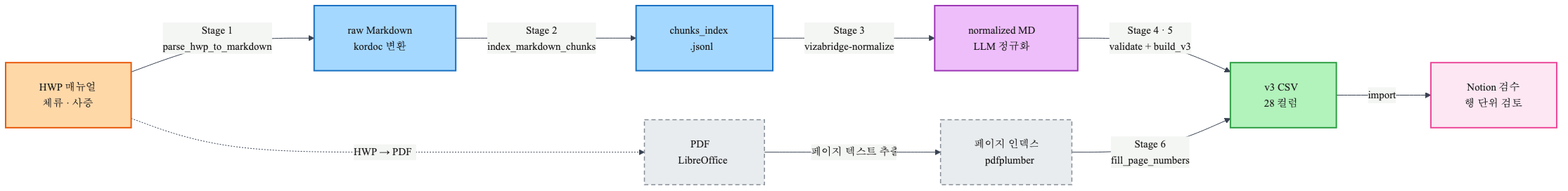
Before: docs/diagrams/pipeline_flow.png, a diagram exported from Mermaid (jhkim0602/-Vizabridge-IT-AI-). Its source is kept beside it as docs/diagrams/pipeline_flow.mmd.
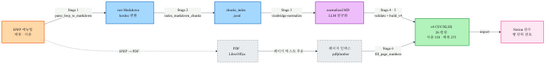
Later version of the same file.

Change to the diagram source:
```diff
@@ -11,7 +11,7 @@
     MD["raw Markdown&nbsp;&nbsp;<br/>kordoc 변환&nbsp;&nbsp;"]:::det
     CHK["chunks_index&nbsp;&nbsp;<br/>.jsonl"]:::det
     NORM["normalized MD&nbsp;&nbsp;<br/>LLM 정규화&nbsp;&nbsp;"]:::llm
-    CSV["v3 CSV&nbsp;&nbsp;<br/>28 컬럼&nbsp;&nbsp;"]:::out
+    CSV["v4 CSV/XLSX&nbsp;&nbsp;<br/>26 컬럼&nbsp;&nbsp;<br/>사증 158 · 체류 275&nbsp;&nbsp;"]:::out
     REV["Notion 검수&nbsp;&nbsp;<br/>행 단위 검토&nbsp;&nbsp;"]:::rev
 
     PDF["PDF&nbsp;&nbsp;<br/>LibreOffice"]:::derived
@@ -20,7 +20,7 @@
     HWP -->|"Stage 1<br/>parse_hwp_to_markdown"| MD
     MD -->|"Stage 2<br/>index_markdown_chunks"| CHK
     CHK -->|"Stage 3<br/>vizabridge-normalize"| NORM
-    NORM -->|"Stage 4 · 5<br/>validate + build_v3"| CSV
+    NORM -->|"Stage 4 · 5<br/>validate + build_v4"| CSV
     CSV -->|"import"| REV
 
     HWP -.->|"HWP &rarr; PDF&nbsp;&nbsp;"| PDF
```
